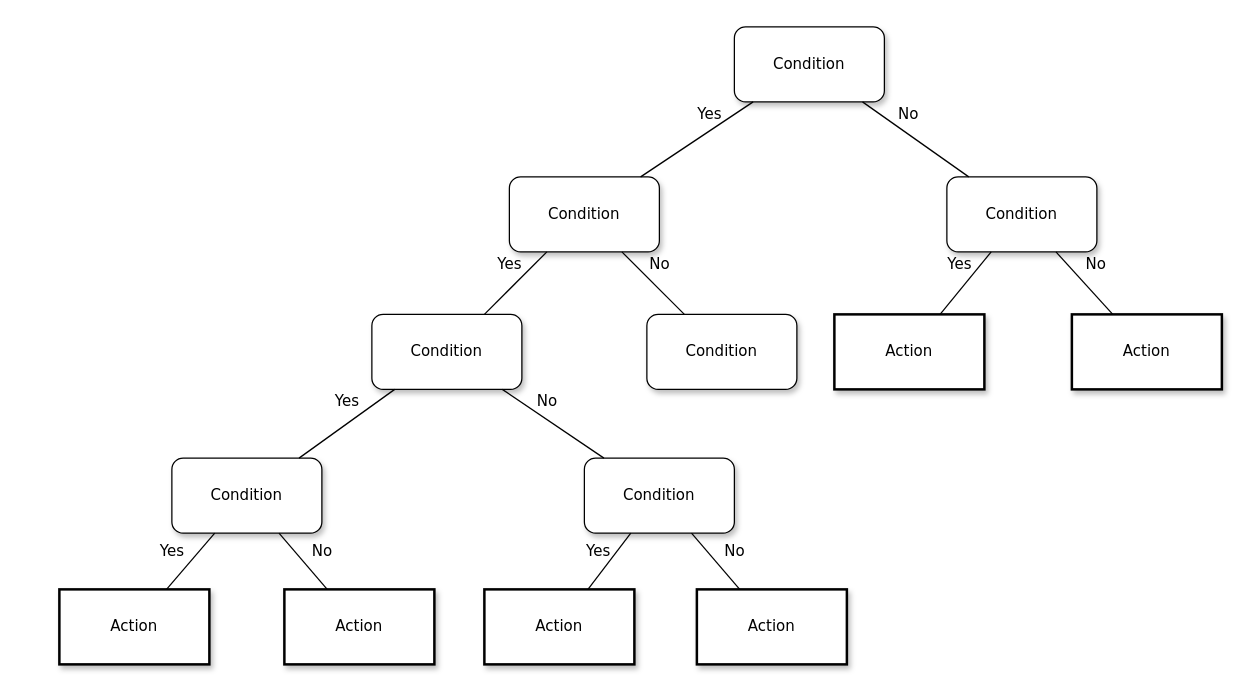
The draw.io diagram Untitled Diagram.drawio in khalefullstack/swagger-ui, before the edit. Source tidied: cells renumbered, new cells numbered last; positions are measured from the earlier drawing's top-left corner, leaving out a move shared by most shapes. Both pictures are drawn from the tidied source at 125%, with x=0, y=0 at pixel (59, 26).
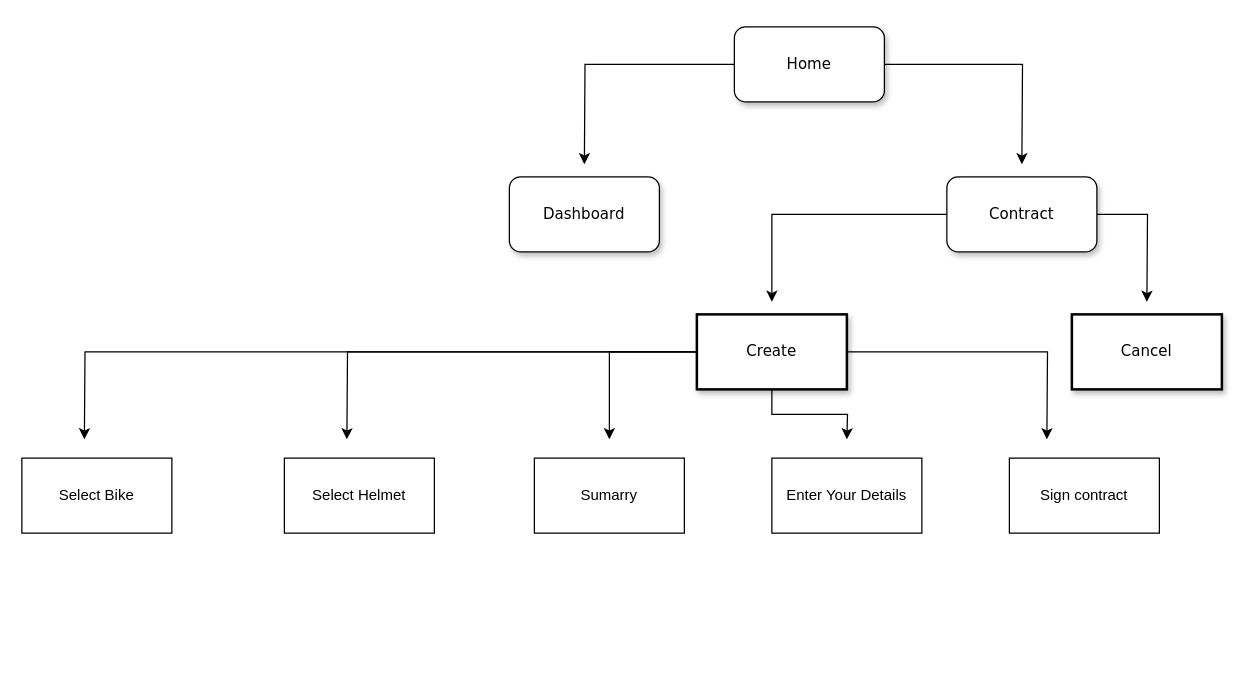
After the change.

Commit message:
Employee Router

What changed in the source:
```diff
@@
+    <mxCell id="27" style="edgeStyle=orthogonalEdgeStyle;rounded=0;jettySize=auto;html=1;exitX=0;exitY=0.5;exitDx=0;exitDy=0;" parent="1" edge="1" source="2">
+      <mxGeometry relative="1" as="geometry">
+        <mxPoint x="420" y="110" as="targetPoint" />
+      </mxGeometry>
+    </mxCell>
+    <mxCell id="28" style="edgeStyle=orthogonalEdgeStyle;rounded=0;jettySize=auto;html=1;exitX=1;exitY=0.5;exitDx=0;exitDy=0;" parent="1" edge="1" source="2">
+      <mxGeometry relative="1" as="geometry">
+        <mxPoint x="770" y="110" as="targetPoint" />
+      </mxGeometry>
+    </mxCell>
-    <mxCell id="2" value="Condition" style="whiteSpace=wrap;html=1;rounded=1;shadow=1;labelBackgroundColor=none;strokeWidth=1;fontFamily=Verdana;fontSize=12;align=center;" parent="1" vertex="1">
+    <mxCell id="2" value="Home" style="whiteSpace=wrap;html=1;rounded=1;shadow=1;labelBackgroundColor=none;strokeWidth=1;fontFamily=Verdana;fontSize=12;align=center;" parent="1" vertex="1">
       <mxGeometry x="540" width="120" height="60" as="geometry" />
     </mxCell>
-    <mxCell id="3" value="&lt;span&gt;Condition&lt;/span&gt;" style="whiteSpace=wrap;html=1;rounded=1;shadow=1;labelBackgroundColor=none;strokeWidth=1;fontFamily=Verdana;fontSize=12;align=center;" parent="1" vertex="1">
+    <mxCell id="3" value="&lt;span&gt;Dashboard&lt;/span&gt;" style="whiteSpace=wrap;html=1;rounded=1;shadow=1;labelBackgroundColor=none;strokeWidth=1;fontFamily=Verdana;fontSize=12;align=center;" parent="1" vertex="1">
       <mxGeometry x="360" y="120" width="120" height="60" as="geometry" />
     </mxCell>
+    <mxCell id="29" style="edgeStyle=orthogonalEdgeStyle;rounded=0;jettySize=auto;html=1;exitX=1;exitY=0.5;exitDx=0;exitDy=0;" parent="1" edge="1" source="4">
+      <mxGeometry relative="1" as="geometry">
+        <mxPoint x="870" y="220" as="targetPoint" />
+      </mxGeometry>
+    </mxCell>
+    <mxCell id="30" style="edgeStyle=orthogonalEdgeStyle;rounded=0;jettySize=auto;html=1;exitX=0;exitY=0.5;exitDx=0;exitDy=0;" parent="1" edge="1" source="4">
+      <mxGeometry relative="1" as="geometry">
+        <mxPoint x="570" y="220" as="targetPoint" />
+        <Array as="points">
+          <mxPoint x="570" y="150" />
+        </Array>
+      </mxGeometry>
+    </mxCell>
-    <mxCell id="4" value="&lt;span&gt;Condition&lt;/span&gt;" style="whiteSpace=wrap;html=1;rounded=1;shadow=1;labelBackgroundColor=none;strokeWidth=1;fontFamily=Verdana;fontSize=12;align=center;" parent="1" vertex="1">
+    <mxCell id="4" value="&lt;span&gt;Contract&lt;/span&gt;" style="whiteSpace=wrap;html=1;rounded=1;shadow=1;labelBackgroundColor=none;strokeWidth=1;fontFamily=Verdana;fontSize=12;align=center;" parent="1" vertex="1">
       <mxGeometry x="710" y="120" width="120" height="60" as="geometry" />
     </mxCell>
-    <mxCell id="5" value="No" style="rounded=0;html=1;labelBackgroundColor=none;startArrow=none;startFill=0;startSize=5;endArrow=none;endFill=0;endSize=5;jettySize=auto;strokeWidth=1;fontFamily=Verdana;fontSize=12;" parent="1" edge="1" source="2" target="4">
-      <mxGeometry x="-0.3" y="13" relative="1" as="geometry" />
-    </mxCell>
-    <mxCell id="6" value="Yes" style="rounded=0;html=1;labelBackgroundColor=none;startArrow=none;startFill=0;startSize=5;endArrow=none;endFill=0;endSize=5;jettySize=auto;strokeWidth=1;fontFamily=Verdana;fontSize=12;" parent="1" edge="1" source="2" target="3">
-      <mxGeometry x="-0.36" y="-11" relative="1" as="geometry" />
-    </mxCell>
-    <mxCell id="7" value="&lt;span&gt;Condition&lt;/span&gt;" style="whiteSpace=wrap;html=1;rounded=1;shadow=1;labelBackgroundColor=none;strokeWidth=1;fontFamily=Verdana;fontSize=12;align=center;" parent="1" vertex="1">
-      <mxGeometry x="250" y="230" width="120" height="60" as="geometry" />
-    </mxCell>
-    <mxCell id="8" value="&lt;span&gt;Condition&lt;/span&gt;" style="whiteSpace=wrap;html=1;rounded=1;shadow=1;labelBackgroundColor=none;strokeWidth=1;fontFamily=Verdana;fontSize=12;align=center;" parent="1" vertex="1">
-      <mxGeometry x="470" y="230" width="120" height="60" as="geometry" />
-    </mxCell>
+    <mxCell id="31" style="edgeStyle=orthogonalEdgeStyle;rounded=0;jettySize=auto;html=1;exitX=0;exitY=0.5;exitDx=0;exitDy=0;" parent="1" edge="1" source="9">
+      <mxGeometry relative="1" as="geometry">
+        <mxPoint x="440" y="330" as="targetPoint" />
+        <Array as="points">
+          <mxPoint x="440" y="260" />
+          <mxPoint x="440" y="330" />
+        </Array>
+      </mxGeometry>
+    </mxCell>
+    <mxCell id="32" style="edgeStyle=orthogonalEdgeStyle;rounded=0;jettySize=auto;html=1;exitX=0.5;exitY=1;exitDx=0;exitDy=0;" parent="1" edge="1" source="9">
+      <mxGeometry relative="1" as="geometry">
+        <mxPoint x="630" y="330" as="targetPoint" />
+      </mxGeometry>
+    </mxCell>
+    <mxCell id="33" style="edgeStyle=orthogonalEdgeStyle;rounded=0;jettySize=auto;html=1;" parent="1" edge="1" source="9">
+      <mxGeometry relative="1" as="geometry">
+        <mxPoint x="20" y="330" as="targetPoint" />
+      </mxGeometry>
+    </mxCell>
+    <mxCell id="34" style="edgeStyle=orthogonalEdgeStyle;rounded=0;jettySize=auto;html=1;exitX=0;exitY=0.5;exitDx=0;exitDy=0;" parent="1" edge="1" source="9">
+      <mxGeometry relative="1" as="geometry">
+        <mxPoint x="230" y="330" as="targetPoint" />
+      </mxGeometry>
+    </mxCell>
+    <mxCell id="35" style="edgeStyle=orthogonalEdgeStyle;rounded=0;jettySize=auto;html=1;exitX=1;exitY=0.5;exitDx=0;exitDy=0;" parent="1" edge="1" source="9">
+      <mxGeometry relative="1" as="geometry">
+        <mxPoint x="790" y="330" as="targetPoint" />
+      </mxGeometry>
+    </mxCell>
-    <mxCell id="9" value="&lt;span&gt;Action&lt;/span&gt;" style="whiteSpace=wrap;html=1;rounded=0;shadow=1;labelBackgroundColor=none;strokeWidth=2;fontFamily=Verdana;fontSize=12;align=center;" parent="1" vertex="1">
-      <mxGeometry x="620" y="230" width="120" height="60" as="geometry" />
+    <mxCell id="9" value="&lt;span&gt;Create&lt;/span&gt;" style="whiteSpace=wrap;html=1;rounded=0;shadow=1;labelBackgroundColor=none;strokeWidth=2;fontFamily=Verdana;fontSize=12;align=center;" parent="1" vertex="1">
+      <mxGeometry x="510" y="230" width="120" height="60" as="geometry" />
     </mxCell>
-    <mxCell id="10" value="&lt;span&gt;Action&lt;/span&gt;" style="whiteSpace=wrap;html=1;rounded=0;shadow=1;labelBackgroundColor=none;strokeWidth=2;fontFamily=Verdana;fontSize=12;align=center;" parent="1" vertex="1">
+    <mxCell id="10" value="&lt;span&gt;Cancel&lt;br&gt;&lt;/span&gt;" style="whiteSpace=wrap;html=1;rounded=0;shadow=1;labelBackgroundColor=none;strokeWidth=2;fontFamily=Verdana;fontSize=12;align=center;" parent="1" vertex="1">
       <mxGeometry x="810" y="230" width="120" height="60" as="geometry" />
     </mxCell>
-    <mxCell id="11" value="&lt;span&gt;Condition&lt;/span&gt;" style="whiteSpace=wrap;html=1;rounded=1;shadow=1;labelBackgroundColor=none;strokeWidth=1;fontFamily=Verdana;fontSize=12;align=center;" parent="1" vertex="1">
-      <mxGeometry x="90" y="345" width="120" height="60" as="geometry" />
-    </mxCell>
-    <mxCell id="12" value="&lt;span&gt;Condition&lt;/span&gt;" style="whiteSpace=wrap;html=1;rounded=1;shadow=1;labelBackgroundColor=none;strokeWidth=1;fontFamily=Verdana;fontSize=12;align=center;" parent="1" vertex="1">
-      <mxGeometry x="420" y="345" width="120" height="60" as="geometry" />
-    </mxCell>
-    <mxCell id="13" value="Yes" style="rounded=0;html=1;labelBackgroundColor=none;startArrow=none;startFill=0;startSize=5;endArrow=none;endFill=0;endSize=5;jettySize=auto;strokeWidth=1;fontFamily=Verdana;fontSize=12;" parent="1" edge="1" source="3" target="7">
-      <mxGeometry x="-0.2" y="-14" relative="1" as="geometry" />
-    </mxCell>
-    <mxCell id="14" value="No" style="rounded=0;html=1;labelBackgroundColor=none;startArrow=none;startFill=0;startSize=5;endArrow=none;endFill=0;endSize=5;jettySize=auto;strokeWidth=1;fontFamily=Verdana;fontSize=12;" parent="1" edge="1" source="3" target="8">
-      <mxGeometry x="-0.2" y="14" relative="1" as="geometry" />
-    </mxCell>
-    <mxCell id="15" value="Yes" style="rounded=0;html=1;labelBackgroundColor=none;startArrow=none;startFill=0;startSize=5;endArrow=none;endFill=0;endSize=5;jettySize=auto;strokeWidth=1;fontFamily=Verdana;fontSize=12;" parent="1" edge="1" source="4" target="9">
-      <mxGeometry x="-0.26" y="-13" relative="1" as="geometry" />
-    </mxCell>
-    <mxCell id="16" value="No" style="rounded=0;html=1;labelBackgroundColor=none;startArrow=none;startFill=0;startSize=5;endArrow=none;endFill=0;endSize=5;jettySize=auto;strokeWidth=1;fontFamily=Verdana;fontSize=12;" parent="1" edge="1" source="4" target="10">
-      <mxGeometry x="-0.13" y="17" relative="1" as="geometry" />
-    </mxCell>
-    <mxCell id="17" value="Yes" style="rounded=0;html=1;labelBackgroundColor=none;startArrow=none;startFill=0;startSize=5;endArrow=none;endFill=0;endSize=5;jettySize=auto;strokeWidth=1;fontFamily=Verdana;fontSize=12;" parent="1" edge="1" source="7" target="11">
-      <mxGeometry x="-0.22" y="-14" relative="1" as="geometry" />
-    </mxCell>
-    <mxCell id="18" value="No" style="rounded=0;html=1;labelBackgroundColor=none;startArrow=none;startFill=0;startSize=5;endArrow=none;endFill=0;endSize=5;jettySize=auto;strokeWidth=1;fontFamily=Verdana;fontSize=12;" parent="1" edge="1" source="7" target="12">
-      <mxGeometry x="-0.28" y="12" relative="1" as="geometry" />
-    </mxCell>
-    <mxCell id="19" value="Action" style="whiteSpace=wrap;html=1;rounded=0;shadow=1;labelBackgroundColor=none;strokeWidth=2;fontFamily=Verdana;fontSize=12;align=center;" parent="1" vertex="1">
-      <mxGeometry y="450" width="120" height="60" as="geometry" />
-    </mxCell>
-    <mxCell id="20" value="&lt;span&gt;Action&lt;/span&gt;" style="whiteSpace=wrap;html=1;rounded=0;shadow=1;labelBackgroundColor=none;strokeWidth=2;fontFamily=Verdana;fontSize=12;align=center;" parent="1" vertex="1">
-      <mxGeometry x="180" y="450" width="120" height="60" as="geometry" />
-    </mxCell>
-    <mxCell id="21" value="&lt;span&gt;Action&lt;/span&gt;" style="whiteSpace=wrap;html=1;rounded=0;shadow=1;labelBackgroundColor=none;strokeWidth=2;fontFamily=Verdana;fontSize=12;align=center;" parent="1" vertex="1">
-      <mxGeometry x="340" y="450" width="120" height="60" as="geometry" />
-    </mxCell>
-    <mxCell id="22" value="&lt;span&gt;Action&lt;/span&gt;" style="whiteSpace=wrap;html=1;rounded=0;shadow=1;labelBackgroundColor=none;strokeWidth=2;fontFamily=Verdana;fontSize=12;align=center;" parent="1" vertex="1">
-      <mxGeometry x="510" y="450" width="120" height="60" as="geometry" />
-    </mxCell>
-    <mxCell id="23" value="Yes" style="rounded=0;html=1;labelBackgroundColor=none;startArrow=none;startFill=0;startSize=5;endArrow=none;endFill=0;endSize=5;jettySize=auto;strokeWidth=1;fontFamily=Verdana;fontSize=12;" parent="1" edge="1" source="11" target="19">
-      <mxGeometry x="0.14" y="-16" relative="1" as="geometry" />
-    </mxCell>
-    <mxCell id="24" value="No" style="rounded=0;html=1;labelBackgroundColor=none;startArrow=none;startFill=0;startSize=5;endArrow=none;endFill=0;endSize=5;jettySize=auto;strokeWidth=1;fontFamily=Verdana;fontSize=12;" parent="1" edge="1" source="11" target="20">
-      <mxGeometry x="0.14" y="16" relative="1" as="geometry" />
-    </mxCell>
-    <mxCell id="25" value="Yes" style="rounded=0;html=1;labelBackgroundColor=none;startArrow=none;startFill=0;startSize=5;endArrow=none;endFill=0;endSize=5;jettySize=auto;strokeWidth=1;fontFamily=Verdana;fontSize=12;" parent="1" edge="1" source="12" target="21">
-      <mxGeometry y="-12" relative="1" as="geometry" />
-    </mxCell>
-    <mxCell id="26" value="No" style="rounded=0;html=1;labelBackgroundColor=none;startArrow=none;startFill=0;startSize=5;endArrow=none;endFill=0;endSize=5;jettySize=auto;strokeWidth=1;fontFamily=Verdana;fontSize=12;" parent="1" edge="1" source="12" target="22">
-      <mxGeometry x="0.14" y="16" relative="1" as="geometry" />
-    </mxCell>
+    <mxCell id="36" value="Select Bike" style="rounded=0;whiteSpace=wrap;html=1;" parent="1" vertex="1">
+      <mxGeometry x="-30" y="345" width="120" height="60" as="geometry" />
+    </mxCell>
+    <mxCell id="37" value="Select Helmet" style="rounded=0;whiteSpace=wrap;html=1;" parent="1" vertex="1">
+      <mxGeometry x="180" y="345" width="120" height="60" as="geometry" />
+    </mxCell>
+    <mxCell id="38" value="Sumarry" style="rounded=0;whiteSpace=wrap;html=1;" parent="1" vertex="1">
+      <mxGeometry x="380" y="345" width="120" height="60" as="geometry" />
+    </mxCell>
+    <mxCell id="39" value="Enter Your Details" style="rounded=0;whiteSpace=wrap;html=1;" parent="1" vertex="1">
+      <mxGeometry x="570" y="345" width="120" height="60" as="geometry" />
+    </mxCell>
+    <mxCell id="40" value="Sign contract" style="rounded=0;whiteSpace=wrap;html=1;" parent="1" vertex="1">
+      <mxGeometry x="760" y="345" width="120" height="60" as="geometry" />
+    </mxCell>
```
